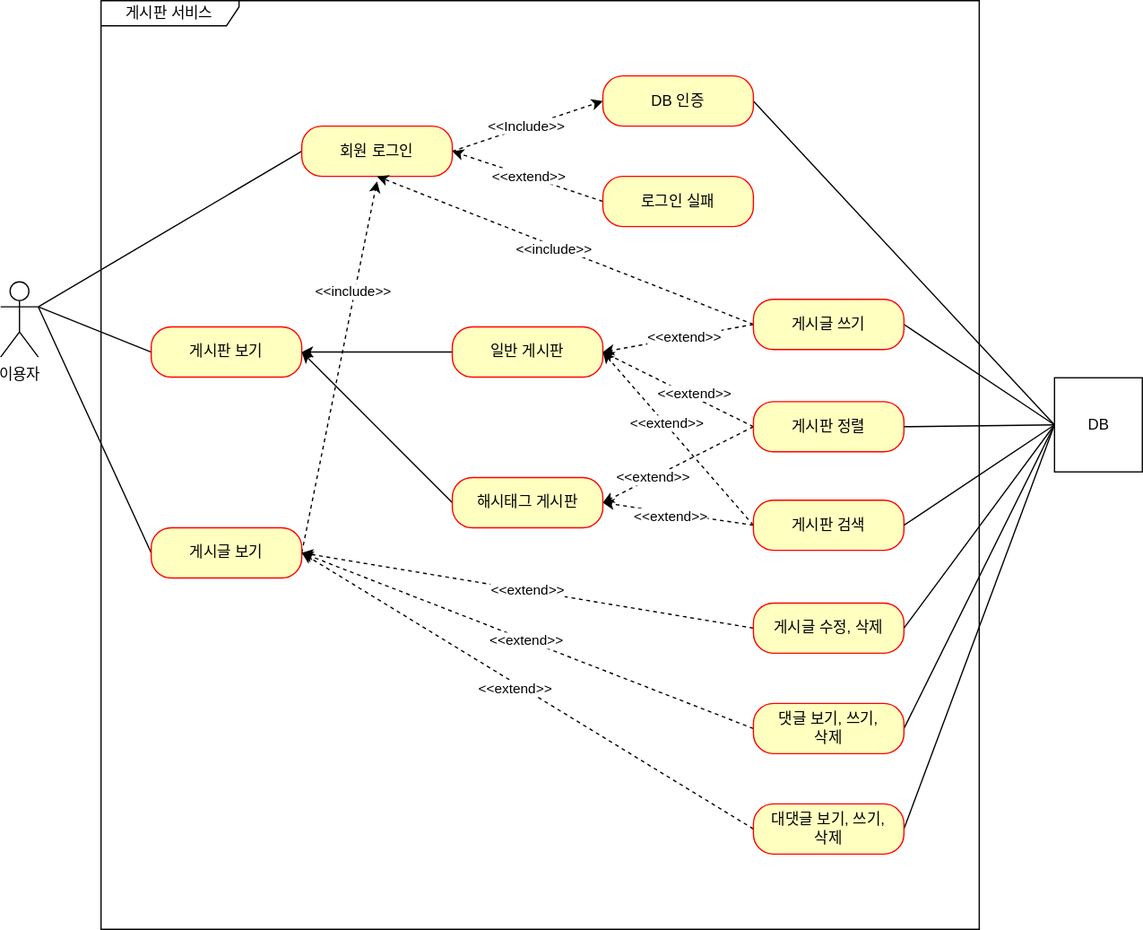
Before: document/use-case.svg, a diagram exported from draw.io (Kminss/SpringBoot-Board). Source tidied: cells renumbered, new cells last; positions are measured from the earlier drawing's top-left corner, leaving out a move shared by most shapes.
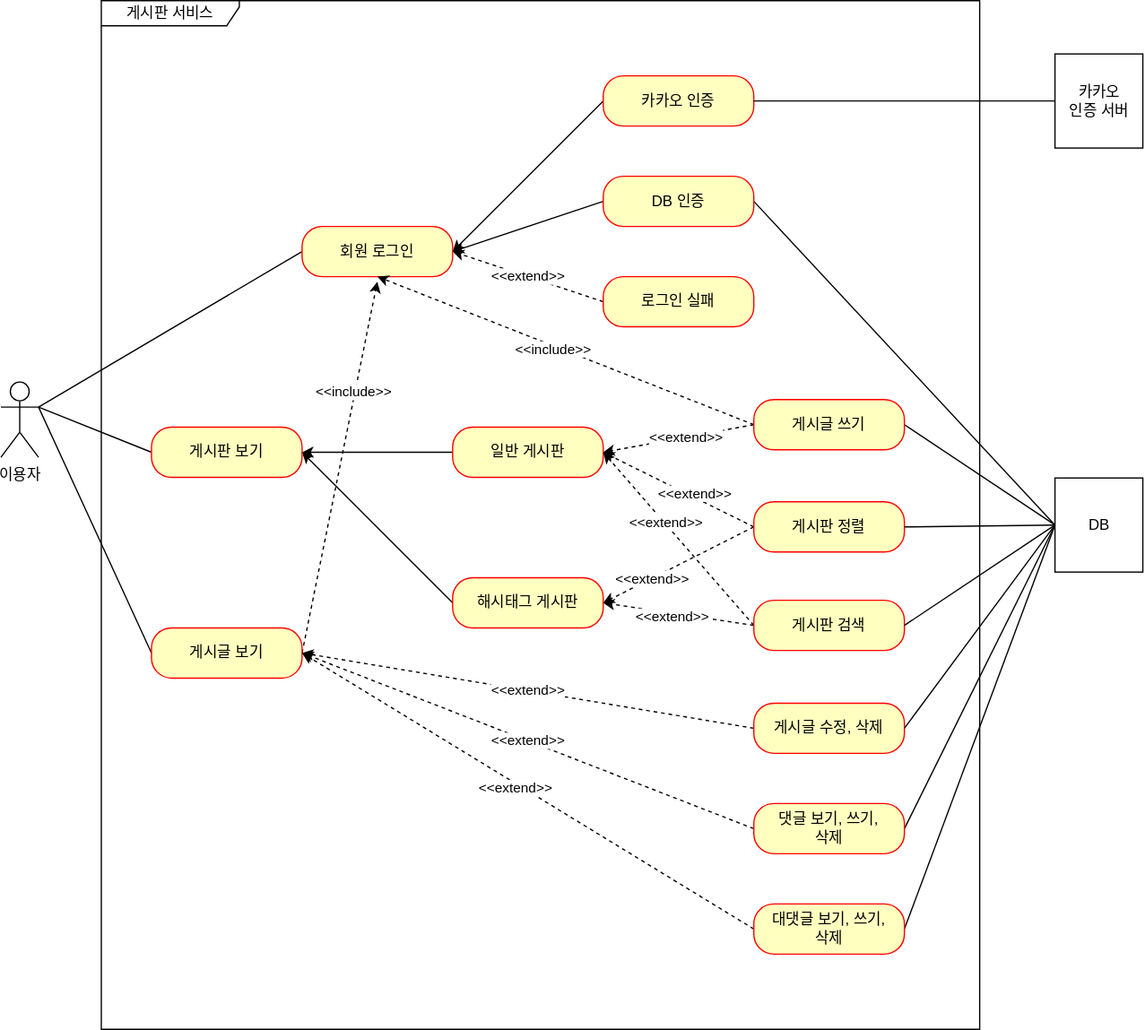
After the change.

Change to the diagram source:
```diff
@@ -6,7 +6,7 @@
       <mxGeometry y="224" width="30" height="60" as="geometry" />
     </mxCell>
     <mxCell id="3" value="게시판 서비스" style="shape=umlFrame;whiteSpace=wrap;html=1;width=110;height=20;" parent="1" vertex="1">
-      <mxGeometry x="80" width="700" height="740" as="geometry" />
+      <mxGeometry x="80" y="-80" width="700" height="820" as="geometry" />
     </mxCell>
     <mxCell id="4" style="rounded=0;jettySize=auto;html=1;exitX=0;exitY=0.5;exitDx=0;exitDy=0;entryX=1;entryY=0.5;entryDx=0;entryDy=0;" parent="1" edge="1" source="5" target="7">
       <mxGeometry relative="1" as="geometry" />
@@ -20,36 +20,36 @@
     <mxCell id="7" value="게시판 보기" style="rounded=1;whiteSpace=wrap;html=1;arcSize=40;fontColor=#000000;fillColor=#ffffc0;strokeColor=#ff0000;" parent="1" vertex="1">
       <mxGeometry x="120" y="260" width="120" height="40" as="geometry" />
     </mxCell>
-    <mxCell id="8" style="edgeStyle=none;rounded=0;jettySize=auto;html=1;exitX=0;exitY=0.5;exitDx=0;exitDy=0;endArrow=none;endFill=0;" parent="1" edge="1" source="11">
-      <mxGeometry relative="1" as="geometry">
-        <mxPoint x="30" y="244" as="targetPoint" />
-      </mxGeometry>
-    </mxCell>
-    <mxCell id="9" style="edgeStyle=none;rounded=0;jettySize=auto;html=1;exitX=1;exitY=0.5;exitDx=0;exitDy=0;dashed=1;endArrow=classic;endFill=1;" parent="1" edge="1" source="11">
-      <mxGeometry relative="1" as="geometry">
-        <mxPoint x="300" y="144" as="targetPoint" />
-      </mxGeometry>
-    </mxCell>
-    <mxCell id="10" value="&amp;lt;&amp;lt;include&amp;gt;&amp;gt;" style="edgeLabel;html=1;align=center;verticalAlign=middle;" parent="9" vertex="1">
-      <mxGeometry x="0.41" y="2" relative="1" as="geometry" />
-    </mxCell>
+    <mxCell id="52" style="edgeStyle=none;rounded=0;jettySize=auto;html=1;exitX=0;exitY=0.5;exitDx=0;exitDy=0;endArrow=none;endFill=0;" parent="1" edge="1" source="11">
+      <mxGeometry relative="1" as="geometry">
+        <mxPoint x="30" y="244" as="targetPoint" />
+      </mxGeometry>
+    </mxCell>
+    <mxCell id="53" style="edgeStyle=none;rounded=0;jettySize=auto;html=1;exitX=1;exitY=0.5;exitDx=0;exitDy=0;dashed=1;endArrow=classic;endFill=1;" parent="1" edge="1" source="11">
+      <mxGeometry relative="1" as="geometry">
+        <mxPoint x="300" y="144" as="targetPoint" />
+      </mxGeometry>
+    </mxCell>
+    <mxCell id="54" value="&amp;lt;&amp;lt;include&amp;gt;&amp;gt;" style="edgeLabel;html=1;align=center;verticalAlign=middle;" parent="53" vertex="1">
+      <mxGeometry x="0.41" y="2" relative="1" as="geometry" />
+    </mxCell>
     <mxCell id="11" value="게시글 보기" style="rounded=1;whiteSpace=wrap;html=1;arcSize=40;fontColor=#000000;fillColor=#ffffc0;strokeColor=#ff0000;" parent="1" vertex="1">
       <mxGeometry x="120" y="420" width="120" height="40" as="geometry" />
     </mxCell>
-    <mxCell id="12" style="edgeStyle=none;rounded=0;jettySize=auto;html=1;exitX=0;exitY=0.5;exitDx=0;exitDy=0;endArrow=none;endFill=0;" parent="1" edge="1" source="14">
-      <mxGeometry relative="1" as="geometry">
-        <mxPoint x="30" y="244" as="targetPoint" />
-      </mxGeometry>
-    </mxCell>
-    <mxCell id="13" value="&amp;lt;&amp;lt;Include&amp;gt;&amp;gt;" style="rounded=0;jettySize=auto;html=1;exitX=1;exitY=0.5;exitDx=0;exitDy=0;entryX=0;entryY=0.5;entryDx=0;entryDy=0;dashed=1;" parent="1" edge="1" source="14" target="16">
-      <mxGeometry relative="1" as="geometry" />
-    </mxCell>
+    <mxCell id="55" style="edgeStyle=none;rounded=0;jettySize=auto;html=1;exitX=0;exitY=0.5;exitDx=0;exitDy=0;endArrow=none;endFill=0;" parent="1" edge="1" source="14">
+      <mxGeometry relative="1" as="geometry">
+        <mxPoint x="30" y="244" as="targetPoint" />
+      </mxGeometry>
+    </mxCell>
     <mxCell id="14" value="회원 로그인" style="rounded=1;whiteSpace=wrap;html=1;arcSize=40;fontColor=#000000;fillColor=#ffffc0;strokeColor=#ff0000;" parent="1" vertex="1">
       <mxGeometry x="240" y="100" width="120" height="40" as="geometry" />
     </mxCell>
     <mxCell id="15" style="edgeStyle=none;rounded=0;jettySize=auto;html=1;exitX=1;exitY=0.5;exitDx=0;exitDy=0;entryX=0;entryY=0.5;entryDx=0;entryDy=0;endArrow=none;endFill=0;" parent="1" edge="1" source="16" target="39">
       <mxGeometry relative="1" as="geometry" />
     </mxCell>
+    <mxCell id="56" style="edgeStyle=none;rounded=0;jettySize=auto;html=1;exitX=0;exitY=0.5;exitDx=0;exitDy=0;entryX=1;entryY=0.5;entryDx=0;entryDy=0;endArrow=classic;endFill=1;" parent="1" edge="1" source="16" target="14">
+      <mxGeometry relative="1" as="geometry" />
+    </mxCell>
     <mxCell id="16" value="DB 인증" style="rounded=1;whiteSpace=wrap;html=1;arcSize=40;fontColor=#000000;fillColor=#ffffc0;strokeColor=#ff0000;" parent="1" vertex="1">
       <mxGeometry x="480" y="60" width="120" height="40" as="geometry" />
     </mxCell>
@@ -62,34 +62,34 @@
     <mxCell id="19" style="edgeStyle=none;rounded=0;jettySize=auto;html=1;exitX=0;exitY=0.5;exitDx=0;exitDy=0;entryX=1;entryY=0.5;entryDx=0;entryDy=0;dashed=1;endArrow=classic;endFill=1;" parent="1" edge="1" source="23" target="5">
       <mxGeometry relative="1" as="geometry" />
     </mxCell>
-    <mxCell id="20" value="&amp;lt;&amp;lt;extend&amp;gt;&amp;gt;" style="edgeLabel;html=1;align=center;verticalAlign=middle;" parent="19" vertex="1">
-      <mxGeometry x="-0.18" y="-3" relative="1" as="geometry" />
-    </mxCell>
+    <mxCell id="57" value="&amp;lt;&amp;lt;extend&amp;gt;&amp;gt;" style="edgeLabel;html=1;align=center;verticalAlign=middle;" parent="19" vertex="1">
+      <mxGeometry x="-0.18" y="-3" relative="1" as="geometry" />
+    </mxCell>
     <mxCell id="21" style="edgeStyle=none;rounded=0;jettySize=auto;html=1;exitX=0;exitY=0.5;exitDx=0;exitDy=0;entryX=1;entryY=0.5;entryDx=0;entryDy=0;dashed=1;" parent="1" edge="1" source="23" target="41">
       <mxGeometry relative="1" as="geometry" />
     </mxCell>
-    <mxCell id="22" value="&amp;lt;&amp;lt;extend&amp;gt;&amp;gt;" style="edgeLabel;html=1;align=center;verticalAlign=middle;" parent="21" vertex="1">
-      <mxGeometry x="0.33" relative="1" as="geometry">
-        <mxPoint x="-1" as="offset" />
-      </mxGeometry>
-    </mxCell>
+    <mxCell id="58" value="&amp;lt;&amp;lt;extend&amp;gt;&amp;gt;" style="edgeLabel;html=1;align=center;verticalAlign=middle;" parent="21" vertex="1">
+      <mxGeometry x="0.33" relative="1" as="geometry">
+        <mxPoint x="-1" as="offset" />
+      </mxGeometry>
+    </mxCell>
     <mxCell id="23" value="게시판 정렬" style="rounded=1;whiteSpace=wrap;html=1;arcSize=40;fontColor=#000000;fillColor=#ffffc0;strokeColor=#ff0000;" parent="1" vertex="1">
       <mxGeometry x="600" y="319.5" width="120" height="40" as="geometry" />
     </mxCell>
     <mxCell id="24" style="edgeStyle=none;rounded=0;jettySize=auto;html=1;exitX=0;exitY=0.5;exitDx=0;exitDy=0;dashed=1;endArrow=classic;endFill=1;entryX=1;entryY=0.5;entryDx=0;entryDy=0;" parent="1" edge="1" source="28" target="5">
       <mxGeometry relative="1" as="geometry" />
     </mxCell>
-    <mxCell id="25" value="&amp;lt;&amp;lt;extend&amp;gt;&amp;gt;" style="edgeLabel;html=1;align=center;verticalAlign=middle;" parent="24" vertex="1">
-      <mxGeometry x="0.18" y="-1" relative="1" as="geometry" />
-    </mxCell>
+    <mxCell id="59" value="&amp;lt;&amp;lt;extend&amp;gt;&amp;gt;" style="edgeLabel;html=1;align=center;verticalAlign=middle;" parent="24" vertex="1">
+      <mxGeometry x="0.18" y="-1" relative="1" as="geometry" />
+    </mxCell>
     <mxCell id="26" style="edgeStyle=none;rounded=0;jettySize=auto;html=1;exitX=0;exitY=0.5;exitDx=0;exitDy=0;entryX=1;entryY=0.5;entryDx=0;entryDy=0;dashed=1;" parent="1" edge="1" source="28" target="41">
       <mxGeometry relative="1" as="geometry" />
     </mxCell>
-    <mxCell id="27" value="&amp;lt;&amp;lt;extend&amp;gt;&amp;gt;" style="edgeLabel;html=1;align=center;verticalAlign=middle;" parent="26" vertex="1">
-      <mxGeometry x="0.11" y="2" relative="1" as="geometry">
-        <mxPoint x="1" as="offset" />
-      </mxGeometry>
-    </mxCell>
+    <mxCell id="60" value="&amp;lt;&amp;lt;extend&amp;gt;&amp;gt;" style="edgeLabel;html=1;align=center;verticalAlign=middle;" parent="26" vertex="1">
+      <mxGeometry x="0.11" y="2" relative="1" as="geometry">
+        <mxPoint x="1" as="offset" />
+      </mxGeometry>
+    </mxCell>
     <mxCell id="28" value="게시판 검색" style="rounded=1;whiteSpace=wrap;html=1;arcSize=40;fontColor=#000000;fillColor=#ffffc0;strokeColor=#ff0000;" parent="1" vertex="1">
       <mxGeometry x="600" y="398" width="120" height="40" as="geometry" />
     </mxCell>
@@ -102,9 +102,9 @@
     <mxCell id="31" style="edgeStyle=none;rounded=0;jettySize=auto;html=1;exitX=0;exitY=0.5;exitDx=0;exitDy=0;dashed=1;endArrow=classic;endFill=1;entryX=1;entryY=0.5;entryDx=0;entryDy=0;" parent="1" edge="1" source="34" target="11">
       <mxGeometry relative="1" as="geometry" />
     </mxCell>
-    <mxCell id="32" value="&amp;lt;&amp;lt;extend&amp;gt;&amp;gt;" style="edgeLabel;html=1;align=center;verticalAlign=middle;" parent="31" vertex="1">
-      <mxGeometry x="0.01" relative="1" as="geometry" />
-    </mxCell>
+    <mxCell id="61" value="&amp;lt;&amp;lt;extend&amp;gt;&amp;gt;" style="edgeLabel;html=1;align=center;verticalAlign=middle;" parent="31" vertex="1">
+      <mxGeometry x="0.01" relative="1" as="geometry" />
+    </mxCell>
     <mxCell id="33" style="edgeStyle=none;rounded=0;jettySize=auto;html=1;exitX=1;exitY=0.5;exitDx=0;exitDy=0;endArrow=none;endFill=0;entryX=0;entryY=0.5;entryDx=0;entryDy=0;" parent="1" edge="1" source="34" target="39">
       <mxGeometry relative="1" as="geometry" />
     </mxCell>
@@ -138,29 +138,41 @@
     <mxCell id="43" style="edgeStyle=none;rounded=0;jettySize=auto;html=1;exitX=0;exitY=0.5;exitDx=0;exitDy=0;entryX=1;entryY=0.5;entryDx=0;entryDy=0;dashed=1;" parent="1" edge="1" source="47" target="5">
       <mxGeometry relative="1" as="geometry" />
     </mxCell>
-    <mxCell id="44" value="&amp;lt;&amp;lt;extend&amp;gt;&amp;gt;" style="edgeLabel;html=1;align=center;verticalAlign=middle;" parent="43" vertex="1">
-      <mxGeometry x="-0.09" y="-1" relative="1" as="geometry" />
-    </mxCell>
+    <mxCell id="62" value="&amp;lt;&amp;lt;extend&amp;gt;&amp;gt;" style="edgeLabel;html=1;align=center;verticalAlign=middle;" parent="43" vertex="1">
+      <mxGeometry x="-0.09" y="-1" relative="1" as="geometry" />
+    </mxCell>
     <mxCell id="45" style="edgeStyle=none;rounded=0;jettySize=auto;html=1;exitX=0;exitY=0.5;exitDx=0;exitDy=0;entryX=0.5;entryY=1;entryDx=0;entryDy=0;endArrow=classic;endFill=1;dashed=1;" parent="1" edge="1" source="47" target="14">
       <mxGeometry relative="1" as="geometry" />
     </mxCell>
-    <mxCell id="46" value="&amp;lt;&amp;lt;include&amp;gt;&amp;gt;" style="edgeLabel;html=1;align=center;verticalAlign=middle;" parent="45" vertex="1">
-      <mxGeometry x="0.06" y="2" relative="1" as="geometry" />
-    </mxCell>
+    <mxCell id="63" value="&amp;lt;&amp;lt;include&amp;gt;&amp;gt;" style="edgeLabel;html=1;align=center;verticalAlign=middle;" parent="45" vertex="1">
+      <mxGeometry x="0.06" y="2" relative="1" as="geometry" />
+    </mxCell>
     <mxCell id="47" value="게시글 쓰기" style="rounded=1;whiteSpace=wrap;html=1;arcSize=40;fontColor=#000000;fillColor=#ffffc0;strokeColor=#ff0000;" parent="1" vertex="1">
       <mxGeometry x="600" y="238" width="120" height="40" as="geometry" />
     </mxCell>
     <mxCell id="48" style="edgeStyle=none;rounded=0;jettySize=auto;html=1;exitX=0;exitY=0.5;exitDx=0;exitDy=0;entryX=1;entryY=0.5;entryDx=0;entryDy=0;endArrow=classic;endFill=1;dashed=1;" parent="1" edge="1" source="51" target="11">
       <mxGeometry relative="1" as="geometry" />
     </mxCell>
-    <mxCell id="49" value="&amp;lt;&amp;lt;extend&amp;gt;&amp;gt;" style="edgeLabel;html=1;align=center;verticalAlign=middle;" parent="48" vertex="1">
-      <mxGeometry x="0.05" y="3" relative="1" as="geometry" />
-    </mxCell>
+    <mxCell id="64" value="&amp;lt;&amp;lt;extend&amp;gt;&amp;gt;" style="edgeLabel;html=1;align=center;verticalAlign=middle;" parent="48" vertex="1">
+      <mxGeometry x="0.05" y="3" relative="1" as="geometry" />
+    </mxCell>
     <mxCell id="50" style="edgeStyle=none;rounded=0;jettySize=auto;html=1;exitX=1;exitY=0.5;exitDx=0;exitDy=0;entryX=0;entryY=0.5;entryDx=0;entryDy=0;endArrow=none;endFill=0;" parent="1" edge="1" source="51" target="39">
       <mxGeometry relative="1" as="geometry" />
     </mxCell>
     <mxCell id="51" value="대댓글 보기, 쓰기,&lt;br&gt;삭제" style="rounded=1;whiteSpace=wrap;html=1;arcSize=40;fontColor=#000000;fillColor=#ffffc0;strokeColor=#ff0000;" parent="1" vertex="1">
       <mxGeometry x="600" y="640" width="120" height="40" as="geometry" />
     </mxCell>
+    <mxCell id="65" style="rounded=0;jettySize=auto;html=1;exitX=0;exitY=0.5;exitDx=0;exitDy=0;entryX=1;entryY=0.5;entryDx=0;entryDy=0;endArrow=classic;endFill=1;" parent="1" edge="1" source="66" target="14">
+      <mxGeometry relative="1" as="geometry" />
+    </mxCell>
+    <mxCell id="66" value="카카오 인증" style="rounded=1;whiteSpace=wrap;html=1;arcSize=40;fontColor=#000000;fillColor=#ffffc0;strokeColor=#ff0000;" parent="1" vertex="1">
+      <mxGeometry x="480" y="-20" width="120" height="40" as="geometry" />
+    </mxCell>
+    <mxCell id="67" style="edgeStyle=orthogonalEdgeStyle;rounded=0;jettySize=auto;html=1;exitX=0;exitY=0.5;exitDx=0;exitDy=0;entryX=1;entryY=0.5;entryDx=0;entryDy=0;endArrow=none;endFill=0;" parent="1" edge="1" source="68" target="66">
+      <mxGeometry relative="1" as="geometry" />
+    </mxCell>
+    <mxCell id="68" value="카카오&lt;br&gt;인증 서버" style="html=1;" parent="1" vertex="1">
+      <mxGeometry x="840" y="-37.5" width="70" height="75" as="geometry" />
+    </mxCell>
   </root>
 </mxGraphModel>
```
